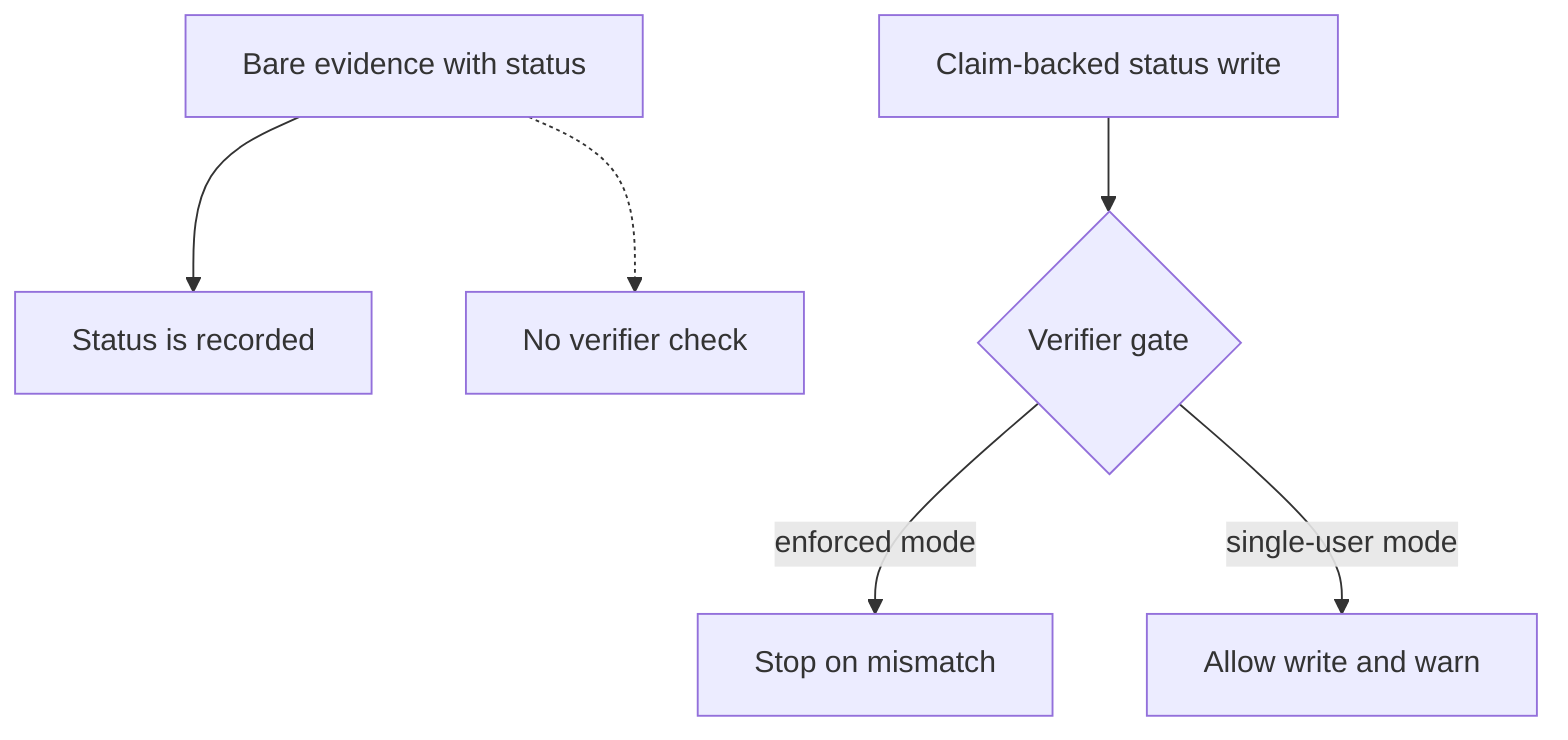
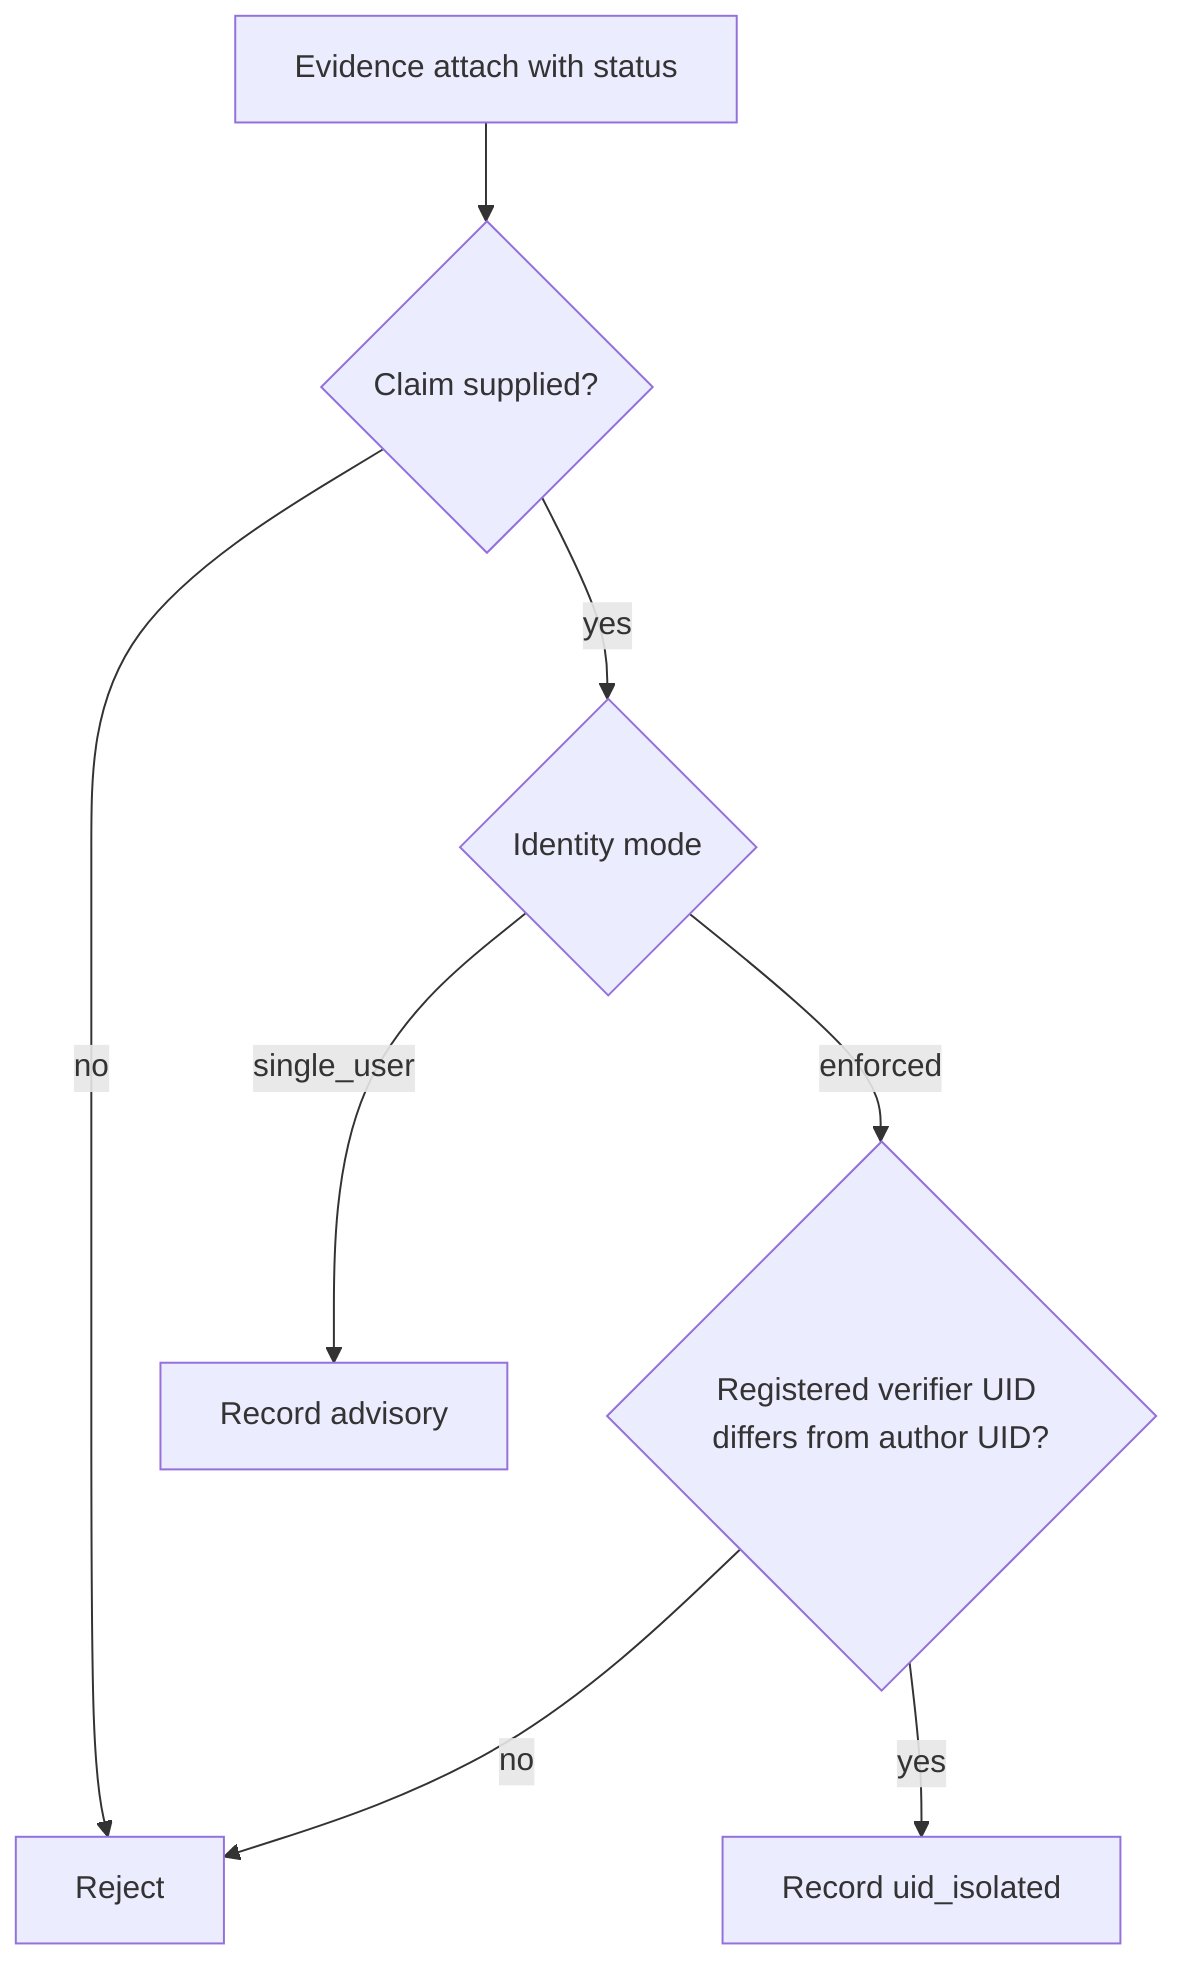
flowchart TD
- A[Bare evidence with status] --> B[Status is recorded]
- A -.-> C[No verifier check]
- D[Claim-backed status write] --> E{Verifier gate}
- E -->|enforced mode| F[Stop on mismatch]
- E -->|single-user mode| G[Allow write and warn]+ A[Evidence attach with status] --> B{Claim supplied?}
+ B -->|no| C[Reject]
+ B -->|yes| D{Identity mode}
+ D -->|enforced| E{Registered verifier UID differs from author UID?}
+ E -->|no| C
+ E -->|yes| F[Record uid_isolated]
+ D -->|single_user| G[Record advisory]
